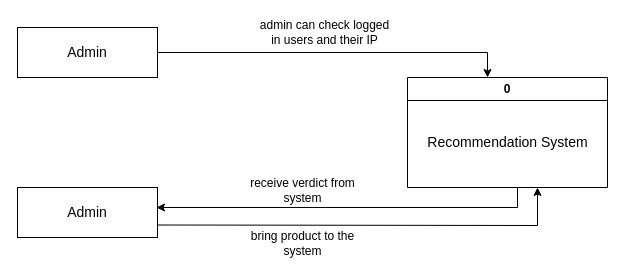
Earlier version of the draw.io diagram reeview-Context-diagram.drawio (aashu-kattel/Sys.-Analysis-Design). Source tidied: cells renumbered, new cells numbered last; positions are measured from the earlier drawing's top-left corner, leaving out a move shared by most shapes. Both pictures are drawn from the tidied source at 100%, with x=0, y=0 at pixel (17, 17).
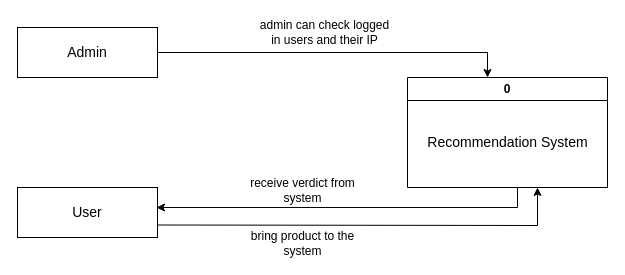
The same diagram, later.

Diff of the diagram source:
```diff
@@
 <mxGraphModel>
   <root>
     <mxCell id="0" />
     <mxCell id="1" parent="0" />
     <mxCell id="2" value="0" style="swimlane;whiteSpace=wrap;html=1;" parent="1" vertex="1">
       <mxGeometry x="390" y="60" width="200" height="110" as="geometry" />
     </mxCell>
     <mxCell id="3" value="&lt;font style=&quot;font-size: 14px;&quot;&gt;Recommendation System&lt;/font&gt;" style="text;html=1;align=center;verticalAlign=middle;strokeColor=none;fillColor=none;" parent="2" vertex="1">
       <mxGeometry x="10" y="50" width="180" height="30" as="geometry" />
     </mxCell>
     <mxCell id="4" value="&lt;font style=&quot;font-size: 14px;&quot;&gt;Admin&lt;/font&gt;" style="rounded=0;whiteSpace=wrap;html=1;fillColor=none;" parent="1" vertex="1">
       <mxGeometry y="10" width="140" height="50" as="geometry" />
     </mxCell>
-    <mxCell id="5" value="&lt;font style=&quot;font-size: 14px;&quot;&gt;Admin&lt;/font&gt;" style="rounded=0;whiteSpace=wrap;html=1;fillColor=none;" parent="1" vertex="1">
+    <mxCell id="5" value="&lt;font style=&quot;font-size: 14px;&quot;&gt;User&lt;/font&gt;" style="rounded=0;whiteSpace=wrap;html=1;fillColor=none;" parent="1" vertex="1">
       <mxGeometry y="170" width="140" height="50" as="geometry" />
     </mxCell>
     <mxCell id="6" style="endArrow=classic;html=1;rounded=0;exitX=1;exitY=0.5;exitDx=0;exitDy=0;" parent="1" edge="1" source="4">
       <mxGeometry relative="1" as="geometry">
         <mxPoint x="470" y="60" as="targetPoint" />
         <Array as="points">
           <mxPoint x="470" y="35" />
         </Array>
       </mxGeometry>
     </mxCell>
     <mxCell id="7" style="endArrow=classic;html=1;rounded=0;exitX=1;exitY=0.5;exitDx=0;exitDy=0;" parent="1" edge="1">
       <mxGeometry relative="1" as="geometry">
         <mxPoint x="140" y="207.5" as="sourcePoint" />
         <mxPoint x="520" y="170" as="targetPoint" />
         <Array as="points">
           <mxPoint x="520" y="208" />
         </Array>
       </mxGeometry>
     </mxCell>
     <mxCell id="8" style="endArrow=classic;html=1;rounded=0;entryX=0.993;entryY=0.4;entryDx=0;entryDy=0;entryPerimeter=0;" parent="1" edge="1" target="5">
       <mxGeometry relative="1" as="geometry">
         <mxPoint x="500" y="170" as="sourcePoint" />
         <Array as="points">
           <mxPoint x="500" y="190" />
         </Array>
       </mxGeometry>
     </mxCell>
     <mxCell id="9" value="admin can check logged in users and their IP" style="text;html=1;align=center;verticalAlign=middle;whiteSpace=wrap;rounded=0;" parent="1" vertex="1">
       <mxGeometry x="240" width="135" height="30" as="geometry" />
     </mxCell>
     <mxCell id="10" value="bring product to the system" style="text;html=1;align=center;verticalAlign=middle;whiteSpace=wrap;rounded=0;" parent="1" vertex="1">
       <mxGeometry x="218" y="211" width="135" height="30" as="geometry" />
     </mxCell>
     <mxCell id="11" value="receive verdict from system" style="text;html=1;align=center;verticalAlign=middle;whiteSpace=wrap;rounded=0;" parent="1" vertex="1">
       <mxGeometry x="218" y="158" width="135" height="30" as="geometry" />
     </mxCell>
   </root>
 </mxGraphModel>
```
